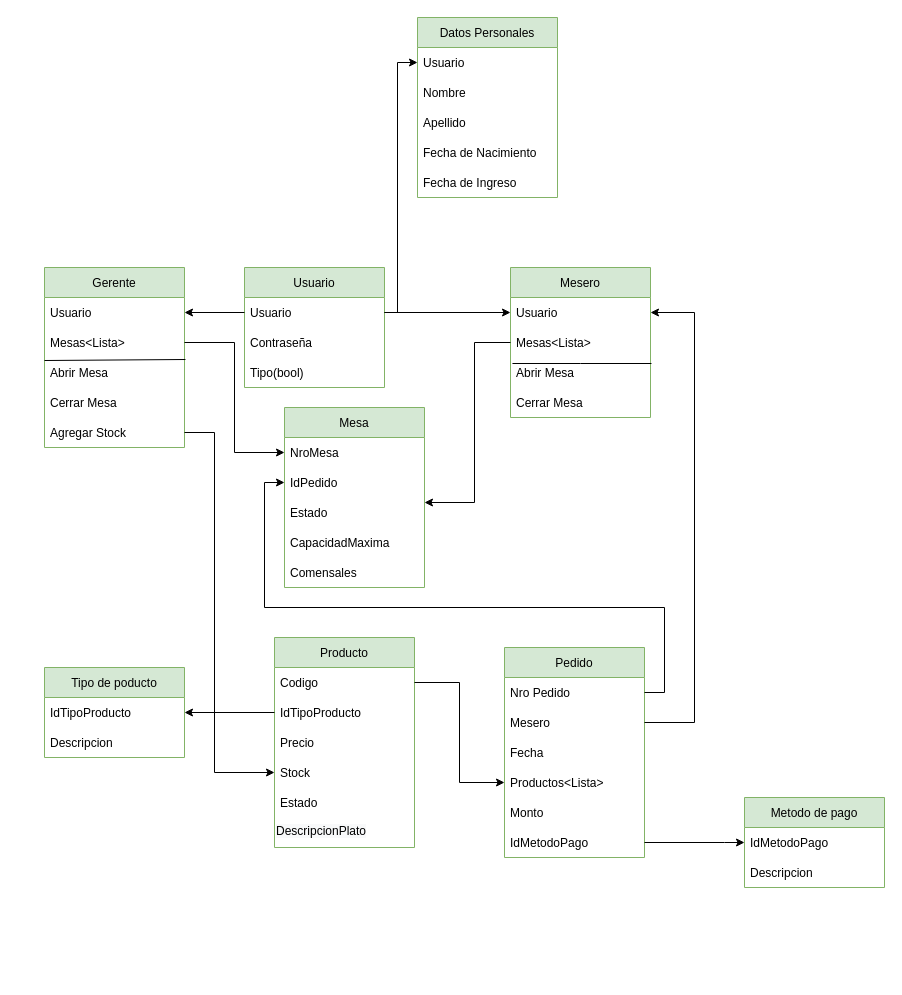
The draw.io diagram page "Page-1" (1 of 24) of Modelo de dominio/Modelo de dominio.drawio in JEMoruzzi16/Tp-Cuatrimestral-Moruzzi-Quinteros, before the edit. Source tidied: cells renumbered, new cells numbered last; positions are measured from the earlier drawing's top-left corner, leaving out a move shared by most shapes. Both pictures are drawn from the tidied source at 100%, with x=0, y=0 at pixel (44, 17).
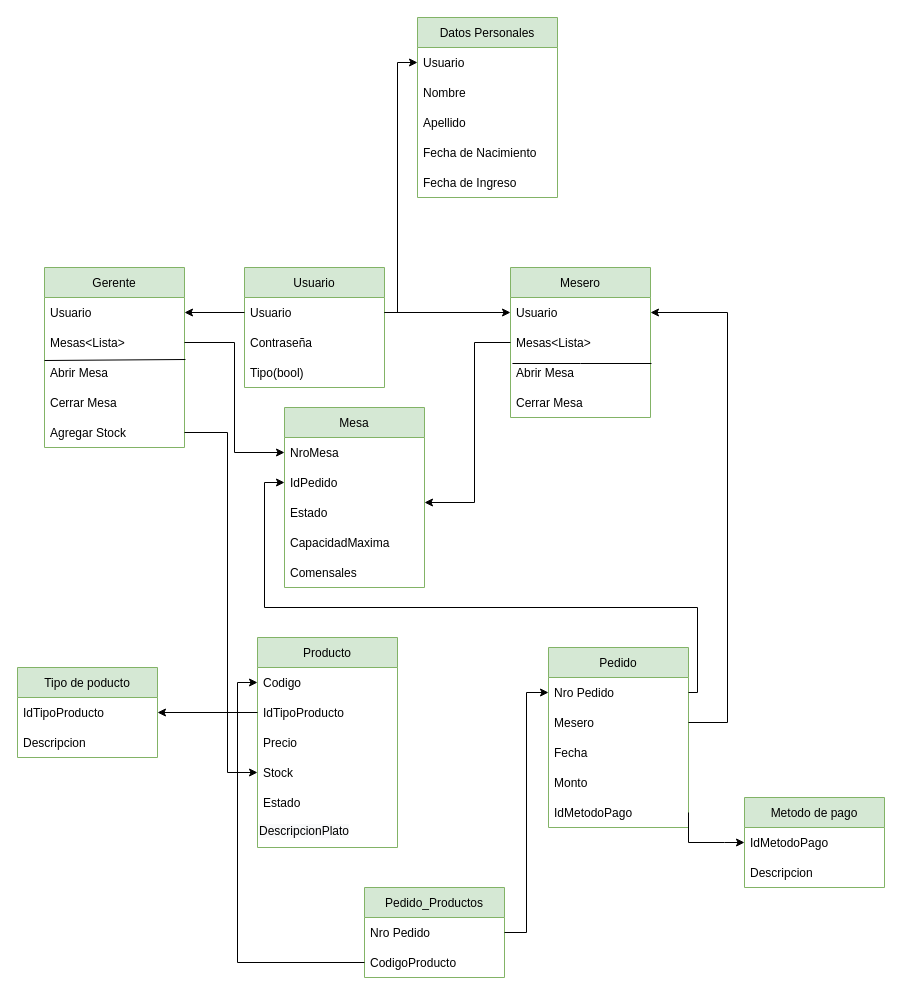
After the change.

Unchanged cells that the change refers to:
```xml
<mxCell id="3" value="Codigo " style="text;strokeColor=none;fillColor=none;align=left;verticalAlign=middle;spacingLeft=4;spacingRight=4;overflow=hidden;points=[[0,0.5],[1,0.5]];portConstraint=eastwest;" parent="2" vertex="1">
  <mxGeometry y="30" width="140" height="30" as="geometry" />
</mxCell>
<mxCell id="6" value="Stock" style="text;strokeColor=none;fillColor=none;align=left;verticalAlign=middle;spacingLeft=4;spacingRight=4;overflow=hidden;points=[[0,0.5],[1,0.5]];portConstraint=eastwest;" parent="2" vertex="1">
  <mxGeometry y="120" width="140" height="30" as="geometry" />
</mxCell>
<mxCell id="14" value="Nro Pedido" style="text;strokeColor=none;fillColor=none;align=left;verticalAlign=middle;spacingLeft=4;spacingRight=4;overflow=hidden;points=[[0,0.5],[1,0.5]];portConstraint=eastwest;" parent="13" vertex="1">
  <mxGeometry y="30" width="140" height="30" as="geometry" />
</mxCell>
<mxCell id="15" value="Mesero" style="text;strokeColor=none;fillColor=none;align=left;verticalAlign=middle;spacingLeft=4;spacingRight=4;overflow=hidden;points=[[0,0.5],[1,0.5]];portConstraint=eastwest;fontColor=default;" parent="13" vertex="1">
  <mxGeometry y="60" width="140" height="30" as="geometry" />
</mxCell>
<mxCell id="22" value="IdPedido" style="text;strokeColor=none;fillColor=none;align=left;verticalAlign=middle;spacingLeft=4;spacingRight=4;overflow=hidden;points=[[0,0.5],[1,0.5]];portConstraint=eastwest;fontColor=default;" parent="20" vertex="1">
  <mxGeometry y="60" width="140" height="30" as="geometry" />
</mxCell>
<mxCell id="27" value="Usuario" style="text;strokeColor=none;fillColor=none;align=left;verticalAlign=middle;spacingLeft=4;spacingRight=4;overflow=hidden;points=[[0,0.5],[1,0.5]];portConstraint=eastwest;fontColor=default;" parent="26" vertex="1">
  <mxGeometry y="30" width="140" height="30" as="geometry" />
</mxCell>
<mxCell id="38" value="Agregar Stock" style="text;strokeColor=none;fillColor=none;align=left;verticalAlign=middle;spacingLeft=4;spacingRight=4;overflow=hidden;points=[[0,0.5],[1,0.5]];portConstraint=eastwest;fontColor=default;" parent="32" vertex="1">
  <mxGeometry y="150" width="140" height="30" as="geometry" />
</mxCell>
```

Change to the diagram source:
```diff
@@
     <mxCell id="2" value="Producto" style="swimlane;fontStyle=0;horizontal=1;startSize=30;hachureGap=4;fillColor=#d5e8d4;strokeColor=#82b366;fontColor=default;" parent="1" vertex="1">
-      <mxGeometry x="230" y="620" width="140" height="210" as="geometry" />
+      <mxGeometry x="213" y="620" width="140" height="210" as="geometry" />
     </mxCell>
@@
     <mxCell id="13" value="Pedido" style="swimlane;fontStyle=0;horizontal=1;startSize=30;hachureGap=4;fillColor=#d5e8d4;strokeColor=#82b366;fontColor=default;" parent="1" vertex="1">
-      <mxGeometry x="460" y="630" width="140" height="210" as="geometry" />
+      <mxGeometry x="504" y="630" width="140" height="180" as="geometry" />
     </mxCell>
@@
-    <mxCell id="17" value="Productos&lt;Lista&gt;" style="text;strokeColor=none;fillColor=none;align=left;verticalAlign=middle;spacingLeft=4;spacingRight=4;overflow=hidden;points=[[0,0.5],[1,0.5]];portConstraint=eastwest;fontColor=default;" parent="13" vertex="1">
-      <mxGeometry y="120" width="140" height="30" as="geometry" />
-    </mxCell>
     <mxCell id="18" value="Monto" style="text;strokeColor=none;fillColor=none;align=left;verticalAlign=middle;spacingLeft=4;spacingRight=4;overflow=hidden;fontColor=default;" parent="13" vertex="1">
-      <mxGeometry y="150" width="140" height="30" as="geometry" />
+      <mxGeometry y="120" width="140" height="30" as="geometry" />
     </mxCell>
     <mxCell id="19" value="IdMetodoPago" style="text;strokeColor=none;fillColor=none;align=left;verticalAlign=middle;spacingLeft=4;spacingRight=4;overflow=hidden;points=[[0,0.5],[1,0.5]];portConstraint=eastwest;fontColor=default;" parent="13" vertex="1">
-      <mxGeometry y="180" width="140" height="30" as="geometry" />
+      <mxGeometry y="150" width="140" height="30" as="geometry" />
     </mxCell>
@@
     <mxCell id="41" style="edgeStyle=orthogonalEdgeStyle;rounded=0;jettySize=auto;html=1;exitX=1;exitY=0.5;exitDx=0;exitDy=0;entryX=0;entryY=0.5;entryDx=0;entryDy=0;fontColor=default;strokeColor=default;labelBackgroundColor=default;" parent="1" edge="1" source="14" target="22">
       <mxGeometry relative="1" as="geometry">
         <Array as="points">
-          <mxPoint x="620" y="675" />
-          <mxPoint x="620" y="590" />
+          <mxPoint x="653" y="675" />
+          <mxPoint x="653" y="590" />
           <mxPoint x="220" y="590" />
           <mxPoint x="220" y="465" />
         </Array>
       </mxGeometry>
     </mxCell>
-    <mxCell id="42" style="edgeStyle=orthogonalEdgeStyle;rounded=0;jettySize=auto;html=1;exitX=1;exitY=0.5;exitDx=0;exitDy=0;fontColor=default;" parent="1" edge="1" source="3" target="17">
-      <mxGeometry relative="1" as="geometry" />
-    </mxCell>
@@
     <mxCell id="44" style="edgeStyle=orthogonalEdgeStyle;rounded=0;jettySize=auto;html=1;exitX=1;exitY=0.5;exitDx=0;exitDy=0;entryX=1;entryY=0.5;entryDx=0;entryDy=0;fontColor=default;strokeColor=default;labelBackgroundColor=default;" parent="1" edge="1" source="15" target="27">
       <mxGeometry relative="1" as="geometry">
         <Array as="points">
-          <mxPoint x="650" y="705" />
-          <mxPoint x="650" y="295" />
+          <mxPoint x="683" y="705" />
+          <mxPoint x="683" y="295" />
         </Array>
       </mxGeometry>
     </mxCell>
@@
     <mxCell id="57" style="edgeStyle=orthogonalEdgeStyle;rounded=0;jettySize=auto;html=1;entryX=0;entryY=0.5;entryDx=0;entryDy=0;labelBackgroundColor=default;fontColor=default;strokeColor=default;" parent="1" edge="1" source="38" target="6">
       <mxGeometry relative="1" as="geometry">
         <Array as="points">
-          <mxPoint x="170" y="415" />
-          <mxPoint x="170" y="755" />
+          <mxPoint x="183" y="415" />
+          <mxPoint x="183" y="755" />
         </Array>
       </mxGeometry>
     </mxCell>
     <mxCell id="58" value="Tipo de poducto" style="swimlane;fontStyle=0;horizontal=1;startSize=30;hachureGap=4;fillColor=#d5e8d4;strokeColor=#82b366;fontColor=default;" parent="1" vertex="1">
-      <mxGeometry y="650" width="140" height="90" as="geometry" />
+      <mxGeometry x="-27" y="650" width="140" height="90" as="geometry" />
     </mxCell>
@@
+    <mxCell id="62" value="Pedido_Productos" style="swimlane;fontStyle=0;horizontal=1;startSize=30;hachureGap=4;fillColor=#d5e8d4;strokeColor=#82b366;fontColor=default;" parent="1" vertex="1">
+      <mxGeometry x="320" y="870" width="140" height="90" as="geometry" />
+    </mxCell>
+    <mxCell id="63" value="Nro Pedido" style="text;strokeColor=none;fillColor=none;align=left;verticalAlign=middle;spacingLeft=4;spacingRight=4;overflow=hidden;points=[[0,0.5],[1,0.5]];portConstraint=eastwest;" parent="62" vertex="1">
+      <mxGeometry y="30" width="140" height="30" as="geometry" />
+    </mxCell>
+    <mxCell id="64" value="CodigoProducto" style="text;strokeColor=none;fillColor=none;align=left;verticalAlign=middle;spacingLeft=4;spacingRight=4;overflow=hidden;points=[[0,0.5],[1,0.5]];portConstraint=eastwest;fontColor=default;" parent="62" vertex="1">
+      <mxGeometry y="60" width="140" height="30" as="geometry" />
+    </mxCell>
+    <mxCell id="65" style="edgeStyle=orthogonalEdgeStyle;rounded=0;jettySize=auto;html=1;" parent="1" edge="1" source="63" target="14">
+      <mxGeometry relative="1" as="geometry">
+        <Array as="points">
+          <mxPoint x="482" y="915" />
+          <mxPoint x="482" y="675" />
+        </Array>
+      </mxGeometry>
+    </mxCell>
+    <mxCell id="66" style="edgeStyle=orthogonalEdgeStyle;rounded=0;jettySize=auto;html=1;exitX=0;exitY=0.5;exitDx=0;exitDy=0;entryX=0;entryY=0.5;entryDx=0;entryDy=0;" parent="1" edge="1" source="64" target="3">
+      <mxGeometry relative="1" as="geometry" />
+    </mxCell>
```
